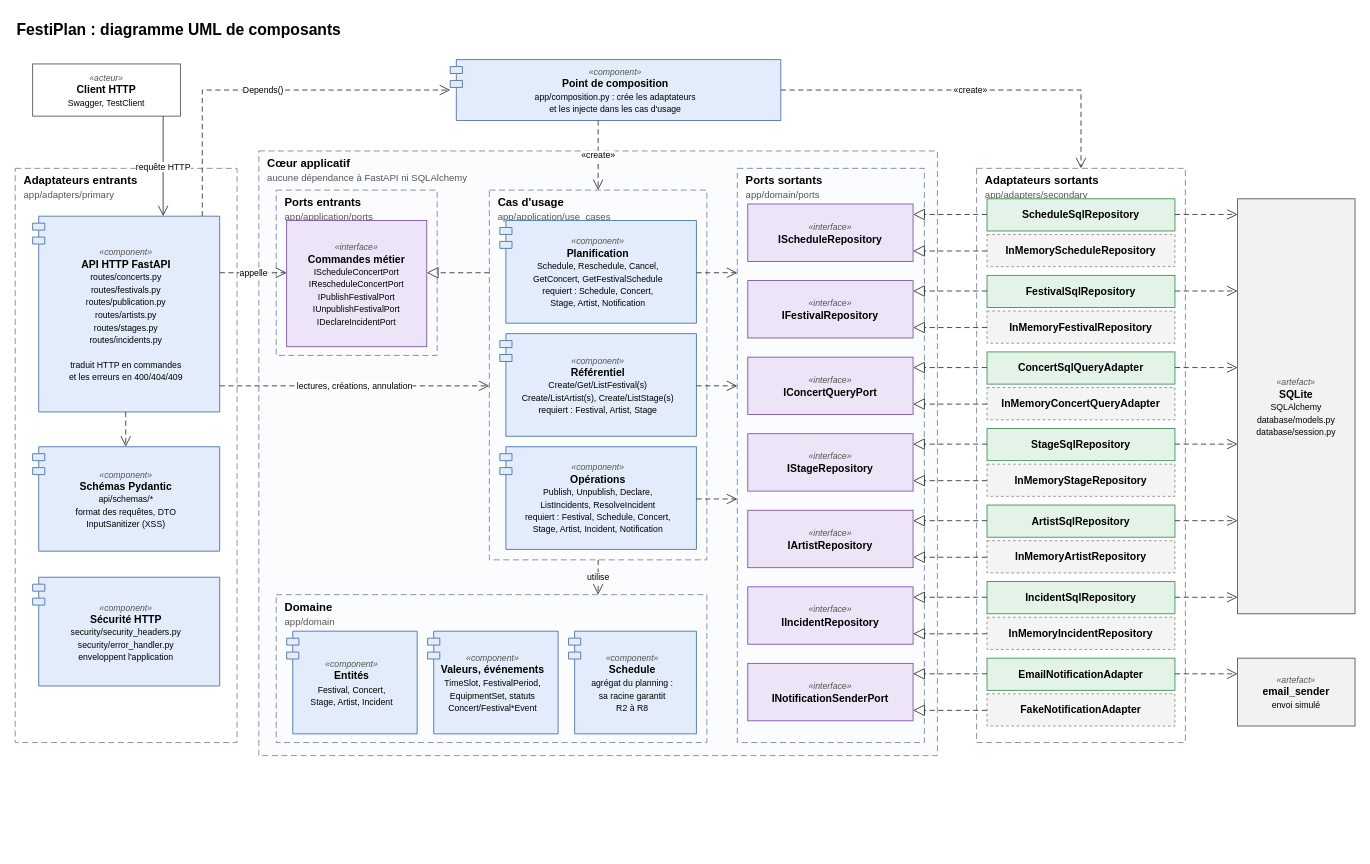
Seth-dell15/FestiPlan keeps this draw.io diagram as docs/schemas/diagramme_composants.drawio. Above is the earlier version. Source tidied: cells renumbered, new cells numbered last; positions are measured from the earlier drawing's top-left corner, leaving out a move shared by most shapes. Both pictures are drawn from the tidied source at 87%, with x=0, y=0 at pixel (15, 15).
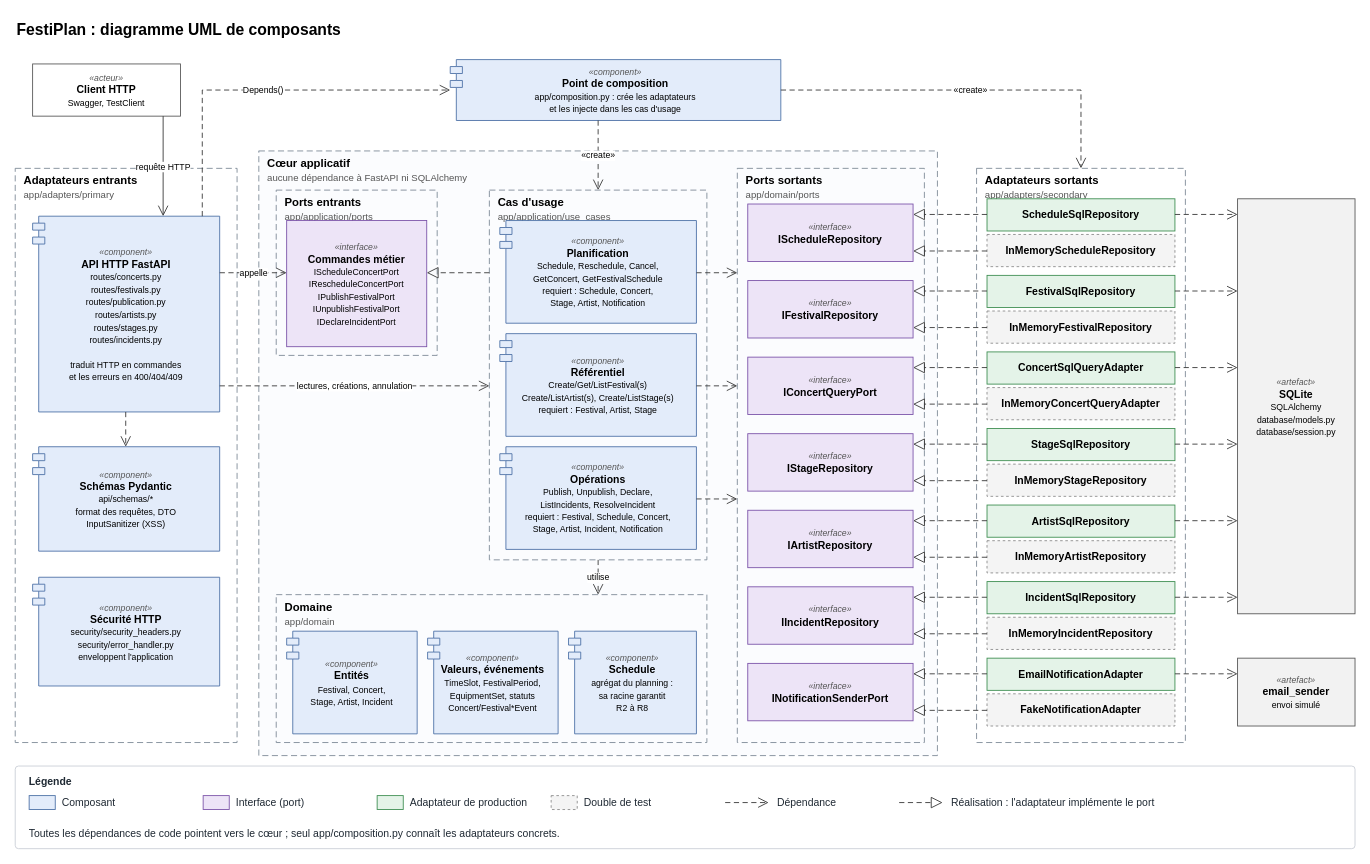
After the change.

Commit message (it also covers changes not shown here):
📝 docs(livrables): complète la note, corrige les erreurs et refait la légende

The edit, as a diff of the source:
```diff
@@
+    <mxCell id="78" style="rounded=1;arcSize=4;html=1;fillColor=#ffffff;strokeColor=#c9ced6;" parent="1" vertex="1">
+      <mxGeometry y="863" width="1540" height="95" as="geometry" />
+    </mxCell>
+    <mxCell id="79" value="&lt;b&gt;Légende&lt;/b&gt;" style="text;html=1;align=left;verticalAlign=middle;whiteSpace=nowrap;strokeColor=none;fillColor=none;spacing=0;fontColor=#1f2933;fontSize=12;" parent="1" vertex="1">
+      <mxGeometry x="16" y="871" width="120" height="20" as="geometry" />
+    </mxCell>
+    <mxCell id="80" style="rounded=0;html=1;fillColor=#e3ecfa;strokeColor=#4a6fa5;" parent="1" vertex="1">
+      <mxGeometry x="16" y="897" width="30" height="16" as="geometry" />
+    </mxCell>
+    <mxCell id="81" value="Composant" style="text;html=1;align=left;verticalAlign=middle;whiteSpace=nowrap;strokeColor=none;fillColor=none;spacing=0;fontColor=#1f2933;fontSize=12;" parent="1" vertex="1">
+      <mxGeometry x="54" y="895" width="150" height="20" as="geometry" />
+    </mxCell>
+    <mxCell id="82" style="rounded=0;html=1;fillColor=#ede4f7;strokeColor=#7a52a8;" parent="1" vertex="1">
+      <mxGeometry x="216" y="897" width="30" height="16" as="geometry" />
+    </mxCell>
+    <mxCell id="83" value="Interface (port)" style="text;html=1;align=left;verticalAlign=middle;whiteSpace=nowrap;strokeColor=none;fillColor=none;spacing=0;fontColor=#1f2933;fontSize=12;" parent="1" vertex="1">
+      <mxGeometry x="254" y="895" width="150" height="20" as="geometry" />
+    </mxCell>
+    <mxCell id="84" style="rounded=0;html=1;fillColor=#e4f3e8;strokeColor=#3c8d50;" parent="1" vertex="1">
+      <mxGeometry x="416" y="897" width="30" height="16" as="geometry" />
+    </mxCell>
+    <mxCell id="85" value="Adaptateur de production" style="text;html=1;align=left;verticalAlign=middle;whiteSpace=nowrap;strokeColor=none;fillColor=none;spacing=0;fontColor=#1f2933;fontSize=12;" parent="1" vertex="1">
+      <mxGeometry x="454" y="895" width="150" height="20" as="geometry" />
+    </mxCell>
+    <mxCell id="86" style="rounded=0;html=1;fillColor=#f4f4f4;strokeColor=#8a8a8a;dashed=1;" parent="1" vertex="1">
+      <mxGeometry x="616" y="897" width="30" height="16" as="geometry" />
+    </mxCell>
+    <mxCell id="87" value="Double de test" style="text;html=1;align=left;verticalAlign=middle;whiteSpace=nowrap;strokeColor=none;fillColor=none;spacing=0;fontColor=#1f2933;fontSize=12;" parent="1" vertex="1">
+      <mxGeometry x="654" y="895" width="150" height="20" as="geometry" />
+    </mxCell>
+    <mxCell id="88" style="html=1;rounded=0;strokeColor=#333333;dashed=1;dashPattern=6 4;endArrow=open;endSize=10;" parent="1" edge="1">
+      <mxGeometry relative="1" as="geometry">
+        <mxPoint x="816" y="905" as="sourcePoint" />
+        <mxPoint x="866" y="905" as="targetPoint" />
+      </mxGeometry>
+    </mxCell>
+    <mxCell id="89" value="Dépendance" style="text;html=1;align=left;verticalAlign=middle;whiteSpace=nowrap;strokeColor=none;fillColor=none;spacing=0;fontColor=#1f2933;fontSize=12;" parent="1" vertex="1">
+      <mxGeometry x="876" y="895" width="120" height="20" as="geometry" />
+    </mxCell>
+    <mxCell id="90" style="html=1;rounded=0;strokeColor=#333333;dashed=1;dashPattern=6 4;endArrow=block;endFill=0;endSize=11;" parent="1" edge="1">
+      <mxGeometry relative="1" as="geometry">
+        <mxPoint x="1016" y="905" as="sourcePoint" />
+        <mxPoint x="1066" y="905" as="targetPoint" />
+      </mxGeometry>
+    </mxCell>
+    <mxCell id="91" value="Réalisation : l'adaptateur implémente le port" style="text;html=1;align=left;verticalAlign=middle;whiteSpace=nowrap;strokeColor=none;fillColor=none;spacing=0;fontColor=#1f2933;fontSize=12;" parent="1" vertex="1">
+      <mxGeometry x="1076" y="895" width="300" height="20" as="geometry" />
+    </mxCell>
+    <mxCell id="92" value="Toutes les dépendances de code pointent vers le cœur ; seul app/composition.py connaît les adaptateurs concrets." style="text;html=1;align=left;verticalAlign=middle;whiteSpace=nowrap;strokeColor=none;fillColor=none;spacing=0;fontColor=#1f2933;fontSize=12;" parent="1" vertex="1">
+      <mxGeometry x="16" y="931" width="760" height="20" as="geometry" />
+    </mxCell>
```
